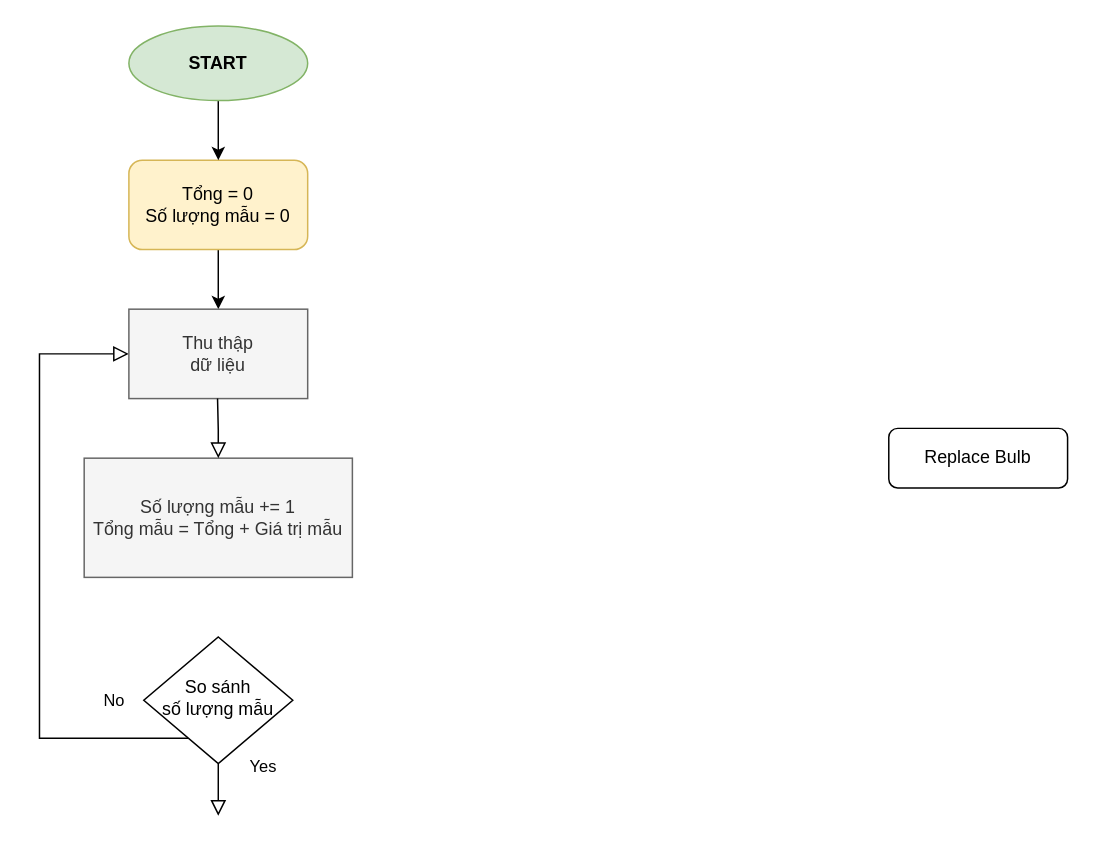
The draw.io diagram Biểu đồ không có tiêu đề.drawio in hyZme/ForIMU, before the edit. Source tidied: cells renumbered, new cells numbered last; positions are measured from the earlier drawing's top-left corner, leaving out a move shared by most shapes. Both pictures are drawn from the tidied source at 149%, with x=0, y=0 at pixel (39, 25).
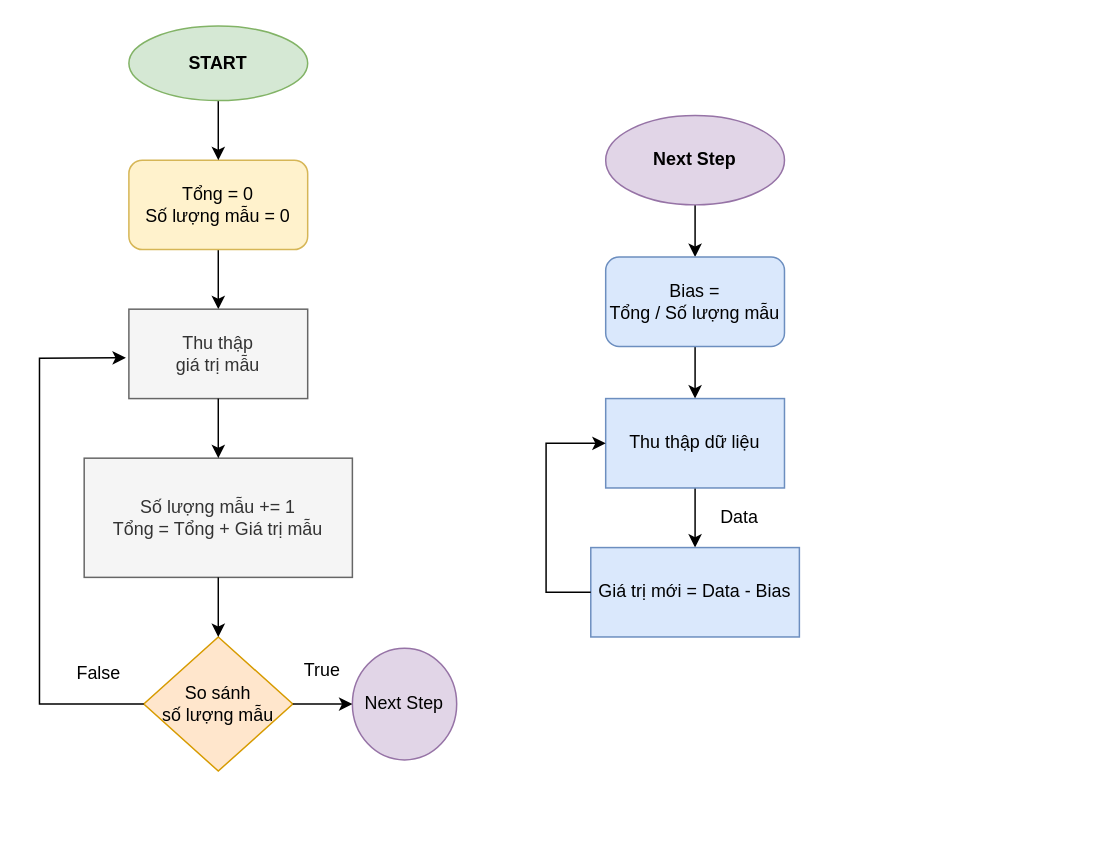
Above is the later version.

Commit message (it also covers changes not shown here):
Cập nhật Biểu đồ không có tiêu đề.drawio

Change to the diagram source:
```diff
@@
-    <mxCell id="2" value="No" style="rounded=0;html=1;jettySize=auto;fontSize=11;endArrow=block;endFill=0;endSize=8;strokeWidth=1;shadow=0;labelBackgroundColor=none;edgeStyle=orthogonalEdgeStyle;entryX=0;entryY=0.5;entryDx=0;entryDy=0;" parent="1" edge="1" source="4" target="11">
-      <mxGeometry x="-0.76" y="-25" relative="1" as="geometry">
-        <Array as="points">
-          <mxPoint y="478" />
-          <mxPoint y="220" />
-        </Array>
-      </mxGeometry>
-    </mxCell>
-    <mxCell id="3" value="Yes" style="edgeStyle=orthogonalEdgeStyle;rounded=0;html=1;jettySize=auto;fontSize=11;endArrow=block;endFill=0;endSize=8;strokeWidth=1;shadow=0;labelBackgroundColor=none;" parent="1" edge="1" source="4">
-      <mxGeometry x="-0.87" y="30" relative="1" as="geometry">
-        <mxPoint x="120" y="530" as="targetPoint" />
-      </mxGeometry>
-    </mxCell>
-    <mxCell id="4" value="So sánh&lt;br&gt;số lượng mẫu" style="rhombus;whiteSpace=wrap;html=1;shadow=0;fontFamily=Helvetica;fontSize=12;align=center;strokeWidth=1;spacing=6;spacingTop=-4;" parent="1" vertex="1">
-      <mxGeometry x="70" y="410" width="100" height="85" as="geometry" />
-    </mxCell>
-    <mxCell id="5" value="Replace Bulb" style="rounded=1;whiteSpace=wrap;html=1;fontSize=12;glass=0;strokeWidth=1;shadow=0;" parent="1" vertex="1">
-      <mxGeometry x="570" y="270" width="120" height="40" as="geometry" />
-    </mxCell>
-    <mxCell id="6" value="Số lượng mẫu += 1&lt;br&gt;Tổng mẫu = Tổng + Giá trị mẫu" style="rounded=0;whiteSpace=wrap;html=1;fillColor=#f5f5f5;fontColor=#333333;strokeColor=#666666;" parent="1" vertex="1">
+    <mxCell id="6" value="Số lượng mẫu += 1&lt;br&gt;Tổng = Tổng + Giá trị mẫu" style="rounded=0;whiteSpace=wrap;html=1;fillColor=#f5f5f5;fontColor=#333333;strokeColor=#666666;" parent="1" vertex="1">
       <mxGeometry x="30" y="290" width="180" height="80" as="geometry" />
     </mxCell>
@@
-    <mxCell id="11" value="Thu thập&lt;br&gt;dữ liệu" style="rounded=0;whiteSpace=wrap;html=1;fillColor=#f5f5f5;fontColor=#333333;strokeColor=#666666;" parent="1" vertex="1">
+    <mxCell id="11" value="Thu thập&lt;br&gt;giá trị mẫu" style="rounded=0;whiteSpace=wrap;html=1;fillColor=#f5f5f5;fontColor=#333333;strokeColor=#666666;" parent="1" vertex="1">
       <mxGeometry x="60" y="190" width="120" height="60" as="geometry" />
     </mxCell>
-    <mxCell id="12" style="rounded=0;html=1;jettySize=auto;orthogonalLoop=1;fontSize=11;endArrow=block;endFill=0;endSize=8;strokeWidth=1;shadow=0;labelBackgroundColor=none;edgeStyle=orthogonalEdgeStyle;" parent="1" edge="1">
-      <mxGeometry relative="1" as="geometry">
-        <mxPoint x="119.5" y="250" as="sourcePoint" />
-        <mxPoint x="120" y="290" as="targetPoint" />
-      </mxGeometry>
-    </mxCell>
+    <mxCell id="4" value="So sánh&lt;br&gt;số lượng mẫu" style="rhombus;whiteSpace=wrap;html=1;fillColor=#ffe6cc;strokeColor=#d79b00;" parent="1" vertex="1">
+      <mxGeometry x="70" y="410" width="100" height="90" as="geometry" />
+    </mxCell>
+    <mxCell id="13" style="endArrow=classic;html=1;rounded=0;exitX=0;exitY=0.5;exitDx=0;exitDy=0;entryX=-0.017;entryY=0.393;entryDx=0;entryDy=0;entryPerimeter=0;" parent="1" edge="1" source="4">
+      <mxGeometry relative="1" as="geometry">
+        <mxPoint x="58" y="222.6" as="targetPoint" />
+        <Array as="points">
+          <mxPoint y="455" />
+          <mxPoint y="223" />
+        </Array>
+      </mxGeometry>
+    </mxCell>
+    <mxCell id="14" style="endArrow=classic;html=1;rounded=0;exitX=0.5;exitY=1;exitDx=0;exitDy=0;entryX=0.5;entryY=0;entryDx=0;entryDy=0;" parent="1" edge="1" source="11" target="6">
+      <mxGeometry relative="1" as="geometry" />
+    </mxCell>
+    <mxCell id="15" style="endArrow=classic;html=1;rounded=0;exitX=0.5;exitY=1;exitDx=0;exitDy=0;" parent="1" edge="1" source="6" target="4">
+      <mxGeometry relative="1" as="geometry" />
+    </mxCell>
+    <mxCell id="16" value="False" style="text;html=1;align=center;verticalAlign=middle;whiteSpace=wrap;rounded=0;" parent="1" vertex="1">
+      <mxGeometry x="10" y="420" width="60" height="30" as="geometry" />
+    </mxCell>
+    <mxCell id="17" value="Next Step" style="ellipse;whiteSpace=wrap;html=1;fillColor=#e1d5e7;strokeColor=#9673a6;" parent="1" vertex="1">
+      <mxGeometry x="210" y="417.5" width="70" height="75" as="geometry" />
+    </mxCell>
+    <mxCell id="18" style="endArrow=classic;html=1;rounded=0;exitX=1;exitY=0.5;exitDx=0;exitDy=0;" parent="1" edge="1" source="4" target="17">
+      <mxGeometry relative="1" as="geometry" />
+    </mxCell>
+    <mxCell id="19" style="edgeStyle=orthogonalEdgeStyle;rounded=0;jettySize=auto;html=1;" parent="1" edge="1" source="20" target="22">
+      <mxGeometry relative="1" as="geometry" />
+    </mxCell>
+    <mxCell id="20" value="&lt;b&gt;Next Step&lt;/b&gt;" style="ellipse;whiteSpace=wrap;html=1;fillColor=#e1d5e7;strokeColor=#9673a6;" parent="1" vertex="1">
+      <mxGeometry x="380" y="60" width="120" height="60" as="geometry" />
+    </mxCell>
+    <mxCell id="21" style="edgeStyle=orthogonalEdgeStyle;rounded=0;jettySize=auto;html=1;" parent="1" edge="1" source="22" target="24">
+      <mxGeometry relative="1" as="geometry" />
+    </mxCell>
+    <mxCell id="22" value="Bias =&lt;br&gt;Tổng / Số lượng mẫu" style="rounded=1;whiteSpace=wrap;html=1;fillColor=#dae8fc;strokeColor=#6c8ebf;" parent="1" vertex="1">
+      <mxGeometry x="380" y="155" width="120" height="60" as="geometry" />
+    </mxCell>
+    <mxCell id="23" style="edgeStyle=orthogonalEdgeStyle;rounded=0;jettySize=auto;html=1;" parent="1" edge="1" source="24" target="25">
+      <mxGeometry relative="1" as="geometry" />
+    </mxCell>
+    <mxCell id="24" value="Thu thập dữ liệu" style="rounded=0;whiteSpace=wrap;html=1;fillColor=#dae8fc;strokeColor=#6c8ebf;" parent="1" vertex="1">
+      <mxGeometry x="380" y="250" width="120" height="60" as="geometry" />
+    </mxCell>
+    <mxCell id="25" value="Giá trị mới = Data - Bias" style="rounded=0;whiteSpace=wrap;html=1;fillColor=#dae8fc;strokeColor=#6c8ebf;" parent="1" vertex="1">
+      <mxGeometry x="370" y="350" width="140" height="60" as="geometry" />
+    </mxCell>
+    <mxCell id="26" style="endArrow=classic;html=1;rounded=0;exitX=0;exitY=0.5;exitDx=0;exitDy=0;entryX=0;entryY=0.5;entryDx=0;entryDy=0;" parent="1" edge="1" source="25" target="24">
+      <mxGeometry relative="1" as="geometry">
+        <Array as="points">
+          <mxPoint x="340" y="380" />
+          <mxPoint x="340" y="280" />
+        </Array>
+      </mxGeometry>
+    </mxCell>
+    <mxCell id="27" value="Data" style="text;html=1;align=center;verticalAlign=middle;whiteSpace=wrap;rounded=0;" parent="1" vertex="1">
+      <mxGeometry x="440" y="315" width="60" height="30" as="geometry" />
+    </mxCell>
+    <mxCell id="28" value="True" style="text;html=1;align=center;verticalAlign=middle;whiteSpace=wrap;rounded=0;" parent="1" vertex="1">
+      <mxGeometry x="160" y="417.5" width="60" height="30" as="geometry" />
+    </mxCell>
```
